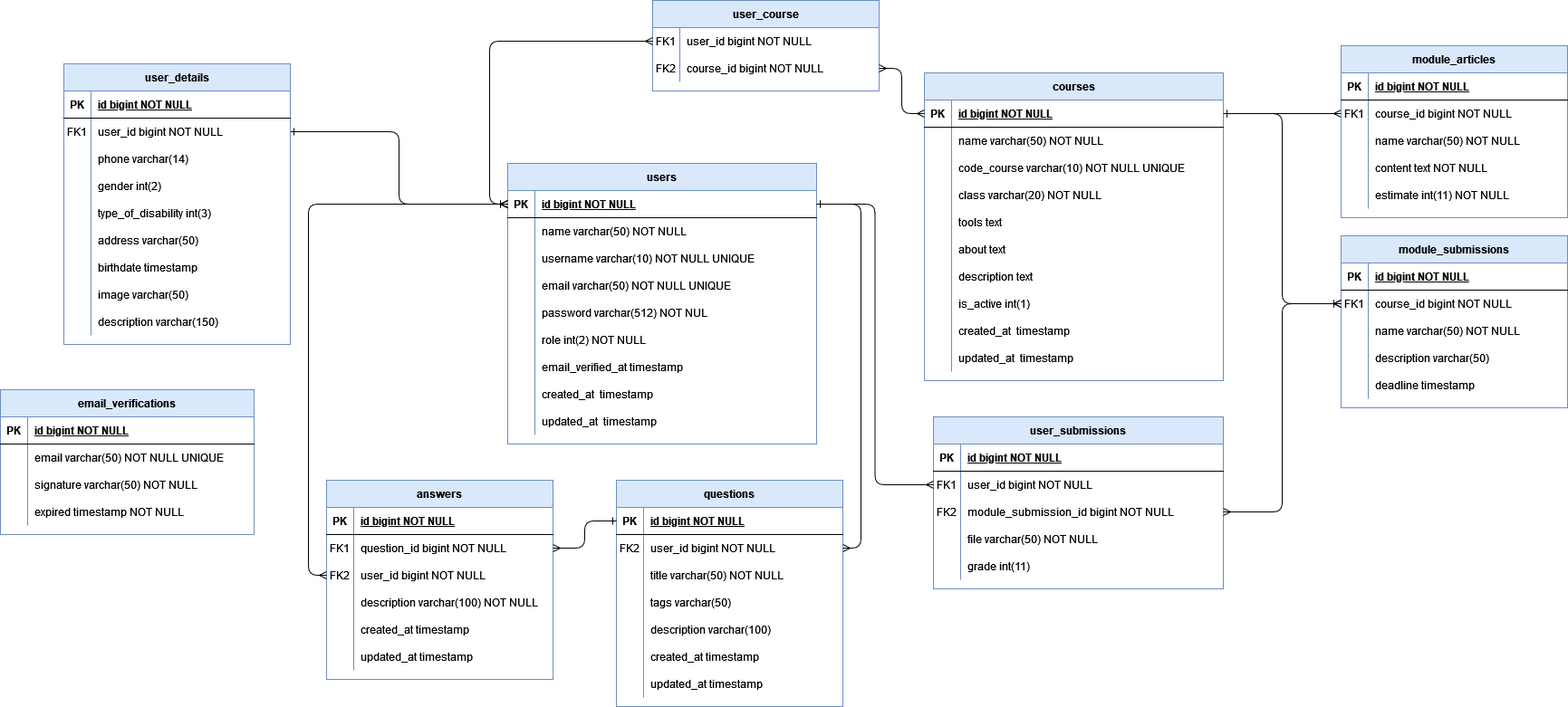
The draw.io diagram docs/ERD 06-24-2022.png in arvians-id/my-final-project, before a commit. Source tidied: cells renumbered, new cells last; positions are measured from the earlier drawing's top-left corner, leaving out a move shared by most shapes.
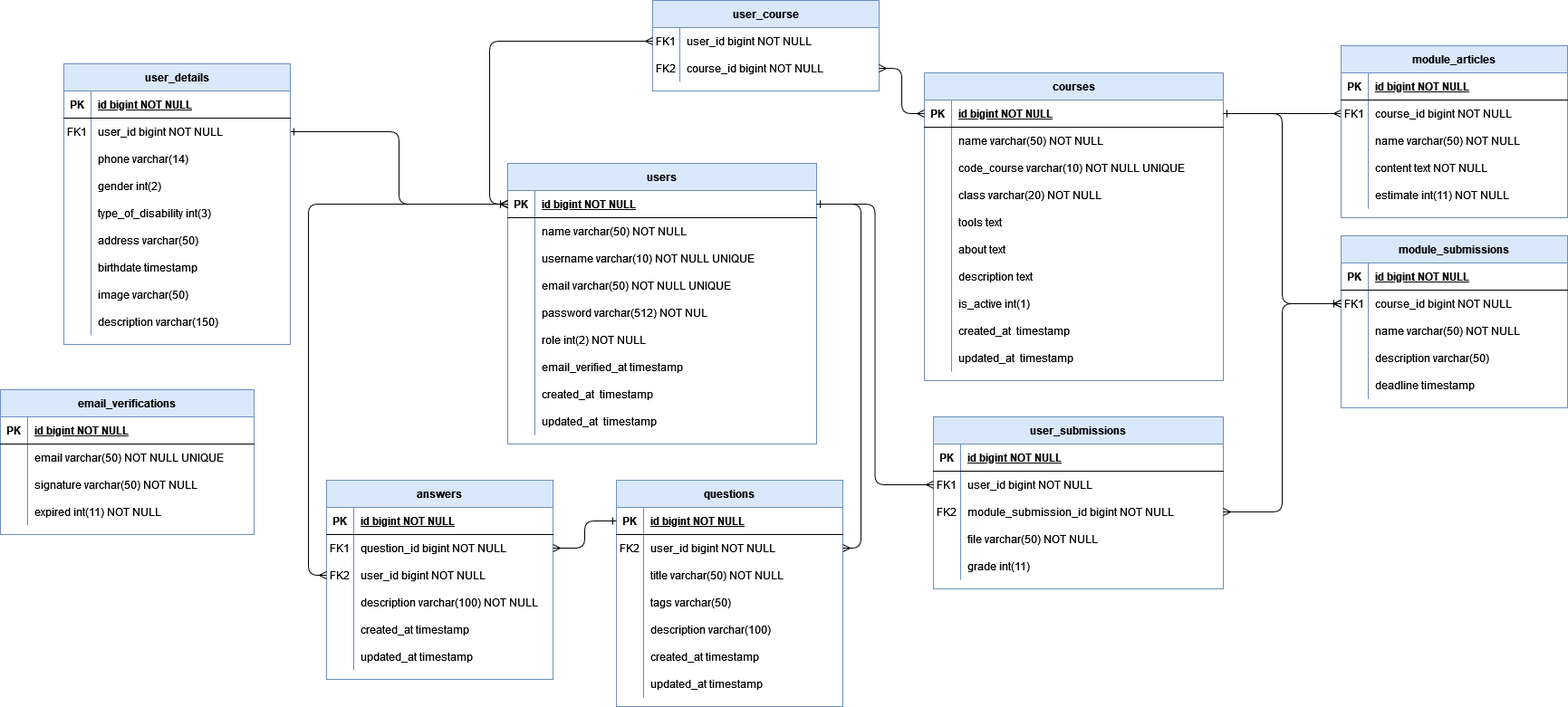
Above is the later version.

What changed in the source:
```diff
@@ -617,7 +617,7 @@
     <mxCell id="206" style="shape=partialRectangle;overflow=hidden;fillColor=none;top=0;left=0;bottom=0;right=0;" parent="205" vertex="1">
       <mxGeometry width="30" height="30" as="geometry" />
     </mxCell>
-    <mxCell id="207" value="expired timestamp NOT NULL" style="shape=partialRectangle;overflow=hidden;fillColor=none;top=0;left=0;bottom=0;right=0;align=left;spacingLeft=6;" parent="205" vertex="1">
+    <mxCell id="207" value="expired int(11) NOT NULL" style="shape=partialRectangle;overflow=hidden;fillColor=none;top=0;left=0;bottom=0;right=0;align=left;spacingLeft=6;" parent="205" vertex="1">
       <mxGeometry x="30" width="250" height="30" as="geometry" />
     </mxCell>
   </root>
```
